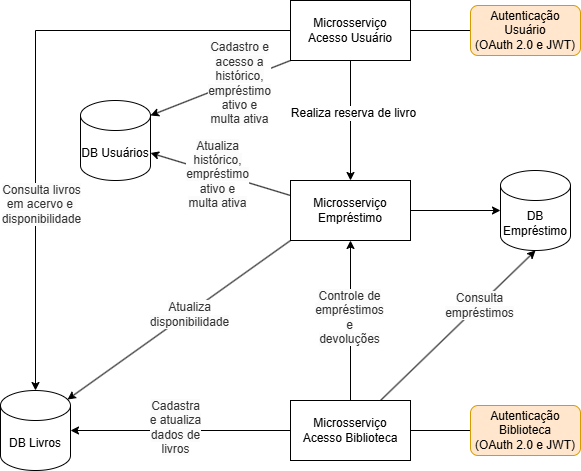
The draw.io diagram assets/cch.drawio.png in gcasagranda/Microsservi-osBiblioteca, before a commit. Source tidied: cells renumbered, new cells last; positions are measured from the earlier drawing's top-left corner, leaving out a move shared by most shapes. Its diagram source:
```xml
<mxGraphModel>
  <root>
    <mxCell id="0" />
    <mxCell id="1" parent="0" />
    <mxCell id="2" value="DB Livros" style="shape=cylinder3;whiteSpace=wrap;html=1;boundedLbl=1;backgroundOutline=1;size=15;" parent="1" vertex="1">
      <mxGeometry y="390" width="70" height="80" as="geometry" />
    </mxCell>
    <mxCell id="3" style="edgeStyle=orthogonalEdgeStyle;rounded=0;jettySize=auto;html=1;exitX=0.5;exitY=1;exitDx=0;exitDy=0;entryX=0.5;entryY=0;entryDx=0;entryDy=0;" parent="1" edge="1" source="5" target="21">
      <mxGeometry relative="1" as="geometry" />
    </mxCell>
    <mxCell id="4" value="&lt;font style=&quot;font-size: 12px;&quot;&gt;Realiza reserva de livro&lt;/font&gt;" style="edgeLabel;html=1;align=center;verticalAlign=middle;" parent="3" vertex="1">
      <mxGeometry x="-0.13" y="2" relative="1" as="geometry" />
    </mxCell>
    <mxCell id="5" value="Microsserviço&lt;br&gt;Acesso Usuário" style="rounded=0;whiteSpace=wrap;html=1;" parent="1" vertex="1">
      <mxGeometry x="290" width="120" height="60" as="geometry" />
    </mxCell>
    <mxCell id="6" value="DB Usuários" style="shape=cylinder3;whiteSpace=wrap;html=1;boundedLbl=1;backgroundOutline=1;size=15;" parent="1" vertex="1">
      <mxGeometry x="80" y="100" width="70" height="80" as="geometry" />
    </mxCell>
    <mxCell id="7" style="edgeStyle=orthogonalEdgeStyle;rounded=0;jettySize=auto;html=1;endArrow=none;endFill=0;" parent="1" edge="1" source="10" target="16">
      <mxGeometry relative="1" as="geometry" />
    </mxCell>
    <mxCell id="8" style="edgeStyle=orthogonalEdgeStyle;rounded=0;jettySize=auto;html=1;exitX=0.5;exitY=0;exitDx=0;exitDy=0;entryX=0.5;entryY=1;entryDx=0;entryDy=0;" parent="1" edge="1" source="10" target="21">
      <mxGeometry relative="1" as="geometry" />
    </mxCell>
    <mxCell id="9" value="&lt;span style=&quot;color: rgb(51, 51, 51); font-size: 12px; text-wrap-mode: wrap; background-color: rgb(251, 251, 251);&quot;&gt;Controle de empréstimos e devoluções&lt;/span&gt;" style="edgeLabel;html=1;align=center;verticalAlign=middle;" parent="8" vertex="1">
      <mxGeometry x="0.05" y="2" relative="1" as="geometry" />
    </mxCell>
    <mxCell id="10" value="Microsserviço&lt;br&gt;Acesso Biblioteca" style="rounded=0;whiteSpace=wrap;html=1;" parent="1" vertex="1">
      <mxGeometry x="290" y="400" width="120" height="60" as="geometry" />
    </mxCell>
    <mxCell id="11" style="rounded=0;jettySize=auto;html=1;exitX=0.5;exitY=1;exitDx=0;exitDy=0;exitPerimeter=0;entryX=0.75;entryY=0;entryDx=0;entryDy=0;startArrow=classic;startFill=1;endArrow=none;endFill=0;" parent="1" edge="1" source="13" target="10">
      <mxGeometry relative="1" as="geometry" />
    </mxCell>
    <mxCell id="12" value="&lt;span style=&quot;color: rgb(51, 51, 51); font-size: 12px; text-wrap-mode: wrap; background-color: rgb(251, 251, 251);&quot;&gt;Consulta empréstimos&lt;/span&gt;" style="edgeLabel;html=1;align=center;verticalAlign=middle;" parent="11" vertex="1">
      <mxGeometry x="-0.27" y="1" relative="1" as="geometry">
        <mxPoint x="-1" as="offset" />
      </mxGeometry>
    </mxCell>
    <mxCell id="13" value="DB Empréstimo" style="shape=cylinder3;whiteSpace=wrap;html=1;boundedLbl=1;backgroundOutline=1;size=15;" parent="1" vertex="1">
      <mxGeometry x="500" y="170" width="70" height="80" as="geometry" />
    </mxCell>
    <mxCell id="14" style="edgeStyle=orthogonalEdgeStyle;rounded=0;jettySize=auto;html=1;exitX=0;exitY=0.5;exitDx=0;exitDy=0;entryX=1;entryY=0.5;entryDx=0;entryDy=0;endArrow=none;endFill=0;" parent="1" edge="1" source="15" target="5">
      <mxGeometry relative="1" as="geometry" />
    </mxCell>
    <mxCell id="15" value="Autenticação Usuário&lt;br&gt;(OAuth 2.0 e JWT)" style="html=1;whiteSpace=wrap;fillColor=#ffe6cc;strokeColor=#d79b00;rounded=1;" parent="1" vertex="1">
      <mxGeometry x="470" y="5" width="110" height="50" as="geometry" />
    </mxCell>
    <mxCell id="16" value="Autenticação Biblioteca&lt;br&gt;(OAuth 2.0 e JWT)" style="html=1;whiteSpace=wrap;fillColor=#ffe6cc;strokeColor=#d79b00;rounded=1;" parent="1" vertex="1">
      <mxGeometry x="470" y="405" width="110" height="50" as="geometry" />
    </mxCell>
    <mxCell id="17" style="edgeStyle=orthogonalEdgeStyle;rounded=0;jettySize=auto;html=1;exitX=0;exitY=0.5;exitDx=0;exitDy=0;entryX=1;entryY=0.5;entryDx=0;entryDy=0;entryPerimeter=0;" parent="1" edge="1" source="10" target="2">
      <mxGeometry relative="1" as="geometry" />
    </mxCell>
    <mxCell id="18" value="&lt;span style=&quot;color: rgb(51, 51, 51); font-size: 12px; text-wrap-mode: wrap; background-color: rgb(251, 251, 251);&quot;&gt;Cadastra e&amp;nbsp;&lt;/span&gt;&lt;span style=&quot;background-color: rgb(251, 251, 251); color: rgb(51, 51, 51); font-size: 12px; text-wrap-mode: wrap;&quot;&gt;atualiza dados de livros&lt;/span&gt;" style="edgeLabel;html=1;align=center;verticalAlign=middle;" parent="17" vertex="1">
      <mxGeometry x="0.06" y="-4" relative="1" as="geometry" />
    </mxCell>
    <mxCell id="19" style="edgeStyle=orthogonalEdgeStyle;rounded=0;jettySize=auto;html=1;exitX=0;exitY=0.5;exitDx=0;exitDy=0;entryX=0.5;entryY=0;entryDx=0;entryDy=0;entryPerimeter=0;" parent="1" edge="1" source="5" target="2">
      <mxGeometry relative="1" as="geometry" />
    </mxCell>
    <mxCell id="20" value="&lt;span style=&quot;color: rgb(51, 51, 51); font-size: 12px; text-wrap-mode: wrap; background-color: rgb(251, 251, 251);&quot;&gt;Consulta livros em acervo e&amp;nbsp;&lt;/span&gt;&lt;br style=&quot;color: rgb(51, 51, 51); font-size: 12px; text-wrap-mode: wrap; background-color: rgb(251, 251, 251);&quot;&gt;&lt;span style=&quot;color: rgb(51, 51, 51); font-size: 12px; text-wrap-mode: wrap; background-color: rgb(251, 251, 251);&quot;&gt;disponibilidade&lt;/span&gt;" style="edgeLabel;html=1;align=center;verticalAlign=middle;" parent="19" vertex="1">
      <mxGeometry x="0.39" y="5" relative="1" as="geometry" />
    </mxCell>
    <mxCell id="21" value="Microsserviço&lt;br&gt;Empréstimo" style="rounded=0;whiteSpace=wrap;html=1;" parent="1" vertex="1">
      <mxGeometry x="290" y="180" width="120" height="60" as="geometry" />
    </mxCell>
    <mxCell id="22" style="rounded=0;jettySize=auto;html=1;exitX=0;exitY=1;exitDx=0;exitDy=0;entryX=0.957;entryY=0.113;entryDx=0;entryDy=0;entryPerimeter=0;" parent="1" edge="1" source="21" target="2">
      <mxGeometry relative="1" as="geometry" />
    </mxCell>
    <mxCell id="23" value="&lt;span style=&quot;color: rgb(51, 51, 51); font-size: 12px; text-wrap-mode: wrap; background-color: rgb(251, 251, 251);&quot;&gt;Atualiza disponibilidade&lt;/span&gt;" style="edgeLabel;html=1;align=center;verticalAlign=middle;" parent="22" vertex="1">
      <mxGeometry x="-0.09" y="1" relative="1" as="geometry" />
    </mxCell>
    <mxCell id="24" style="edgeStyle=orthogonalEdgeStyle;rounded=0;jettySize=auto;html=1;exitX=1;exitY=0.5;exitDx=0;exitDy=0;entryX=0;entryY=0.5;entryDx=0;entryDy=0;entryPerimeter=0;" parent="1" edge="1" source="21" target="13">
      <mxGeometry relative="1" as="geometry" />
    </mxCell>
    <mxCell id="25" style="rounded=0;jettySize=auto;html=1;exitX=0;exitY=0.25;exitDx=0;exitDy=0;entryX=1;entryY=0;entryDx=0;entryDy=52.5;entryPerimeter=0;" parent="1" edge="1" source="21" target="6">
      <mxGeometry relative="1" as="geometry" />
    </mxCell>
    <mxCell id="26" value="&lt;span style=&quot;color: rgb(51, 51, 51); font-size: 12px; text-wrap-mode: wrap; background-color: rgb(251, 251, 251);&quot;&gt;Atualiza histórico, empréstimo ativo e multa ativa&lt;/span&gt;" style="edgeLabel;html=1;align=center;verticalAlign=middle;" parent="25" vertex="1">
      <mxGeometry x="0.04" y="1" relative="1" as="geometry" />
    </mxCell>
    <mxCell id="27" style="rounded=0;jettySize=auto;html=1;exitX=0;exitY=1;exitDx=0;exitDy=0;entryX=1;entryY=0;entryDx=0;entryDy=15;entryPerimeter=0;" parent="1" edge="1" source="5" target="6">
      <mxGeometry relative="1" as="geometry" />
    </mxCell>
    <mxCell id="28" value="&lt;span style=&quot;color: rgb(51, 51, 51); font-size: 12px; text-wrap-mode: wrap; background-color: rgb(251, 251, 251);&quot;&gt;Cadastro e acesso a histórico, empréstimo ativo e multa ativa&lt;/span&gt;" style="edgeLabel;html=1;align=center;verticalAlign=middle;" parent="27" vertex="1">
      <mxGeometry x="-0.26" y="2" relative="1" as="geometry" />
    </mxCell>
  </root>
</mxGraphModel>
```
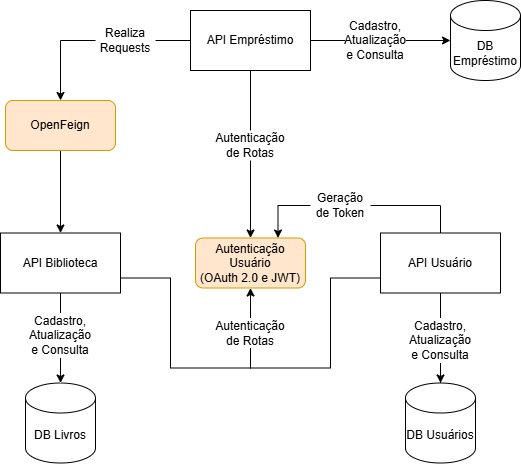
After the change.

Change to the diagram source:
```diff
@@ -3,87 +3,94 @@
     <mxCell id="0" />
     <mxCell id="1" parent="0" />
     <mxCell id="2" value="DB Livros" style="shape=cylinder3;whiteSpace=wrap;html=1;boundedLbl=1;backgroundOutline=1;size=15;" parent="1" vertex="1">
-      <mxGeometry y="390" width="70" height="80" as="geometry" />
+      <mxGeometry x="-105" y="522.5" width="70" height="80" as="geometry" />
     </mxCell>
-    <mxCell id="3" style="edgeStyle=orthogonalEdgeStyle;rounded=0;jettySize=auto;html=1;exitX=0.5;exitY=1;exitDx=0;exitDy=0;entryX=0.5;entryY=0;entryDx=0;entryDy=0;" parent="1" edge="1" source="5" target="21">
-      <mxGeometry relative="1" as="geometry" />
-    </mxCell>
-    <mxCell id="4" value="&lt;font style=&quot;font-size: 12px;&quot;&gt;Realiza reserva de livro&lt;/font&gt;" style="edgeLabel;html=1;align=center;verticalAlign=middle;" parent="3" vertex="1">
-      <mxGeometry x="-0.13" y="2" relative="1" as="geometry" />
-    </mxCell>
+    <mxCell id="29" style="edgeStyle=orthogonalEdgeStyle;rounded=0;jettySize=auto;html=1;" parent="1" edge="1" source="38" target="6">
+      <mxGeometry relative="1" as="geometry" />
+    </mxCell>
+    <mxCell id="30" style="edgeStyle=orthogonalEdgeStyle;rounded=0;jettySize=auto;html=1;exitX=0.5;exitY=0;exitDx=0;exitDy=0;entryX=1;entryY=0.5;entryDx=0;entryDy=0;endArrow=none;startFill=0;" parent="1" edge="1" source="5" target="40">
+      <mxGeometry relative="1" as="geometry" />
+    </mxCell>
+    <mxCell id="31" style="edgeStyle=orthogonalEdgeStyle;rounded=0;jettySize=auto;html=1;exitX=0;exitY=0.75;exitDx=0;exitDy=0;entryX=0.5;entryY=1;entryDx=0;entryDy=0;endArrow=none;startFill=0;" parent="1" edge="1" source="5" target="42">
+      <mxGeometry relative="1" as="geometry" />
+    </mxCell>
-    <mxCell id="5" value="Microsserviço&lt;br&gt;Acesso Usuário" style="rounded=0;whiteSpace=wrap;html=1;" parent="1" vertex="1">
-      <mxGeometry x="290" width="120" height="60" as="geometry" />
+    <mxCell id="5" value="API Usuário" style="rounded=0;whiteSpace=wrap;html=1;" parent="1" vertex="1">
+      <mxGeometry x="250" y="372.5" width="120" height="60" as="geometry" />
     </mxCell>
     <mxCell id="6" value="DB Usuários" style="shape=cylinder3;whiteSpace=wrap;html=1;boundedLbl=1;backgroundOutline=1;size=15;" parent="1" vertex="1">
-      <mxGeometry x="80" y="100" width="70" height="80" as="geometry" />
+      <mxGeometry x="275" y="522.5" width="70" height="80" as="geometry" />
     </mxCell>
-    <mxCell id="7" style="edgeStyle=orthogonalEdgeStyle;rounded=0;jettySize=auto;html=1;endArrow=none;endFill=0;" parent="1" edge="1" source="10" target="16">
-      <mxGeometry relative="1" as="geometry" />
-    </mxCell>
-    <mxCell id="8" style="edgeStyle=orthogonalEdgeStyle;rounded=0;jettySize=auto;html=1;exitX=0.5;exitY=0;exitDx=0;exitDy=0;entryX=0.5;entryY=1;entryDx=0;entryDy=0;" parent="1" edge="1" source="10" target="21">
-      <mxGeometry relative="1" as="geometry" />
-    </mxCell>
-    <mxCell id="9" value="&lt;span style=&quot;color: rgb(51, 51, 51); font-size: 12px; text-wrap-mode: wrap; background-color: rgb(251, 251, 251);&quot;&gt;Controle de empréstimos e devoluções&lt;/span&gt;" style="edgeLabel;html=1;align=center;verticalAlign=middle;" parent="8" vertex="1">
-      <mxGeometry x="0.05" y="2" relative="1" as="geometry" />
-    </mxCell>
+    <mxCell id="17" style="edgeStyle=orthogonalEdgeStyle;rounded=0;jettySize=auto;html=1;" parent="1" edge="1" source="10" target="2">
+      <mxGeometry relative="1" as="geometry" />
+    </mxCell>
+    <mxCell id="32" style="edgeStyle=orthogonalEdgeStyle;rounded=0;jettySize=auto;html=1;exitX=1;exitY=0.75;exitDx=0;exitDy=0;entryX=0.5;entryY=1;entryDx=0;entryDy=0;endArrow=none;startFill=0;" parent="1" edge="1" source="10" target="42">
+      <mxGeometry relative="1" as="geometry" />
+    </mxCell>
-    <mxCell id="10" value="Microsserviço&lt;br&gt;Acesso Biblioteca" style="rounded=0;whiteSpace=wrap;html=1;" parent="1" vertex="1">
-      <mxGeometry x="290" y="400" width="120" height="60" as="geometry" />
+    <mxCell id="10" value="API Biblioteca" style="rounded=0;whiteSpace=wrap;html=1;" parent="1" vertex="1">
+      <mxGeometry x="-130" y="372.5" width="120" height="60" as="geometry" />
     </mxCell>
-    <mxCell id="11" style="rounded=0;jettySize=auto;html=1;exitX=0.5;exitY=1;exitDx=0;exitDy=0;exitPerimeter=0;entryX=0.75;entryY=0;entryDx=0;entryDy=0;startArrow=classic;startFill=1;endArrow=none;endFill=0;" parent="1" edge="1" source="13" target="10">
-      <mxGeometry relative="1" as="geometry" />
-    </mxCell>
-    <mxCell id="12" value="&lt;span style=&quot;color: rgb(51, 51, 51); font-size: 12px; text-wrap-mode: wrap; background-color: rgb(251, 251, 251);&quot;&gt;Consulta empréstimos&lt;/span&gt;" style="edgeLabel;html=1;align=center;verticalAlign=middle;" parent="11" vertex="1">
-      <mxGeometry x="-0.27" y="1" relative="1" as="geometry">
-        <mxPoint x="-1" as="offset" />
-      </mxGeometry>
-    </mxCell>
     <mxCell id="13" value="DB Empréstimo" style="shape=cylinder3;whiteSpace=wrap;html=1;boundedLbl=1;backgroundOutline=1;size=15;" parent="1" vertex="1">
-      <mxGeometry x="500" y="170" width="70" height="80" as="geometry" />
+      <mxGeometry x="320" y="140" width="70" height="80" as="geometry" />
     </mxCell>
-    <mxCell id="14" style="edgeStyle=orthogonalEdgeStyle;rounded=0;jettySize=auto;html=1;exitX=0;exitY=0.5;exitDx=0;exitDy=0;entryX=1;entryY=0.5;entryDx=0;entryDy=0;endArrow=none;endFill=0;" parent="1" edge="1" source="15" target="5">
-      <mxGeometry relative="1" as="geometry" />
-    </mxCell>
     <mxCell id="15" value="Autenticação Usuário&lt;br&gt;(OAuth 2.0 e JWT)" style="html=1;whiteSpace=wrap;fillColor=#ffe6cc;strokeColor=#d79b00;rounded=1;" parent="1" vertex="1">
-      <mxGeometry x="470" y="5" width="110" height="50" as="geometry" />
+      <mxGeometry x="65" y="377.5" width="110" height="50" as="geometry" />
     </mxCell>
-    <mxCell id="16" value="Autenticação Biblioteca&lt;br&gt;(OAuth 2.0 e JWT)" style="html=1;whiteSpace=wrap;fillColor=#ffe6cc;strokeColor=#d79b00;rounded=1;" parent="1" vertex="1">
-      <mxGeometry x="470" y="405" width="110" height="50" as="geometry" />
-    </mxCell>
-    <mxCell id="17" style="edgeStyle=orthogonalEdgeStyle;rounded=0;jettySize=auto;html=1;exitX=0;exitY=0.5;exitDx=0;exitDy=0;entryX=1;entryY=0.5;entryDx=0;entryDy=0;entryPerimeter=0;" parent="1" edge="1" source="10" target="2">
-      <mxGeometry relative="1" as="geometry" />
-    </mxCell>
-    <mxCell id="18" value="&lt;span style=&quot;color: rgb(51, 51, 51); font-size: 12px; text-wrap-mode: wrap; background-color: rgb(251, 251, 251);&quot;&gt;Cadastra e&amp;nbsp;&lt;/span&gt;&lt;span style=&quot;background-color: rgb(251, 251, 251); color: rgb(51, 51, 51); font-size: 12px; text-wrap-mode: wrap;&quot;&gt;atualiza dados de livros&lt;/span&gt;" style="edgeLabel;html=1;align=center;verticalAlign=middle;" parent="17" vertex="1">
-      <mxGeometry x="0.06" y="-4" relative="1" as="geometry" />
-    </mxCell>
-    <mxCell id="19" style="edgeStyle=orthogonalEdgeStyle;rounded=0;jettySize=auto;html=1;exitX=0;exitY=0.5;exitDx=0;exitDy=0;entryX=0.5;entryY=0;entryDx=0;entryDy=0;entryPerimeter=0;" parent="1" edge="1" source="5" target="2">
-      <mxGeometry relative="1" as="geometry" />
-    </mxCell>
-    <mxCell id="20" value="&lt;span style=&quot;color: rgb(51, 51, 51); font-size: 12px; text-wrap-mode: wrap; background-color: rgb(251, 251, 251);&quot;&gt;Consulta livros em acervo e&amp;nbsp;&lt;/span&gt;&lt;br style=&quot;color: rgb(51, 51, 51); font-size: 12px; text-wrap-mode: wrap; background-color: rgb(251, 251, 251);&quot;&gt;&lt;span style=&quot;color: rgb(51, 51, 51); font-size: 12px; text-wrap-mode: wrap; background-color: rgb(251, 251, 251);&quot;&gt;disponibilidade&lt;/span&gt;" style="edgeLabel;html=1;align=center;verticalAlign=middle;" parent="19" vertex="1">
-      <mxGeometry x="0.39" y="5" relative="1" as="geometry" />
-    </mxCell>
+    <mxCell id="33" style="edgeStyle=orthogonalEdgeStyle;rounded=0;jettySize=auto;html=1;exitX=0.5;exitY=1;exitDx=0;exitDy=0;" parent="1" edge="1" source="46" target="15">
+      <mxGeometry relative="1" as="geometry" />
+    </mxCell>
+    <mxCell id="34" style="edgeStyle=orthogonalEdgeStyle;rounded=0;jettySize=auto;html=1;exitX=0;exitY=0.5;exitDx=0;exitDy=0;entryX=0.5;entryY=0;entryDx=0;entryDy=0;" parent="1" edge="1" source="48" target="44">
+      <mxGeometry relative="1" as="geometry" />
+    </mxCell>
+    <mxCell id="35" style="edgeStyle=orthogonalEdgeStyle;rounded=0;jettySize=auto;html=1;" parent="1" edge="1" source="50" target="13">
+      <mxGeometry relative="1" as="geometry" />
+    </mxCell>
-    <mxCell id="21" value="Microsserviço&lt;br&gt;Empréstimo" style="rounded=0;whiteSpace=wrap;html=1;" parent="1" vertex="1">
-      <mxGeometry x="290" y="180" width="120" height="60" as="geometry" />
+    <mxCell id="21" value="API Empréstimo" style="rounded=0;whiteSpace=wrap;html=1;" parent="1" vertex="1">
+      <mxGeometry x="60" y="150" width="120" height="60" as="geometry" />
     </mxCell>
-    <mxCell id="22" style="rounded=0;jettySize=auto;html=1;exitX=0;exitY=1;exitDx=0;exitDy=0;entryX=0.957;entryY=0.113;entryDx=0;entryDy=0;entryPerimeter=0;" parent="1" edge="1" source="21" target="2">
-      <mxGeometry relative="1" as="geometry" />
-    </mxCell>
-    <mxCell id="23" value="&lt;span style=&quot;color: rgb(51, 51, 51); font-size: 12px; text-wrap-mode: wrap; background-color: rgb(251, 251, 251);&quot;&gt;Atualiza disponibilidade&lt;/span&gt;" style="edgeLabel;html=1;align=center;verticalAlign=middle;" parent="22" vertex="1">
-      <mxGeometry x="-0.09" y="1" relative="1" as="geometry" />
-    </mxCell>
-    <mxCell id="24" style="edgeStyle=orthogonalEdgeStyle;rounded=0;jettySize=auto;html=1;exitX=1;exitY=0.5;exitDx=0;exitDy=0;entryX=0;entryY=0.5;entryDx=0;entryDy=0;entryPerimeter=0;" parent="1" edge="1" source="21" target="13">
-      <mxGeometry relative="1" as="geometry" />
-    </mxCell>
-    <mxCell id="25" style="rounded=0;jettySize=auto;html=1;exitX=0;exitY=0.25;exitDx=0;exitDy=0;entryX=1;entryY=0;entryDx=0;entryDy=52.5;entryPerimeter=0;" parent="1" edge="1" source="21" target="6">
-      <mxGeometry relative="1" as="geometry" />
-    </mxCell>
-    <mxCell id="26" value="&lt;span style=&quot;color: rgb(51, 51, 51); font-size: 12px; text-wrap-mode: wrap; background-color: rgb(251, 251, 251);&quot;&gt;Atualiza histórico, empréstimo ativo e multa ativa&lt;/span&gt;" style="edgeLabel;html=1;align=center;verticalAlign=middle;" parent="25" vertex="1">
-      <mxGeometry x="0.04" y="1" relative="1" as="geometry" />
-    </mxCell>
-    <mxCell id="27" style="rounded=0;jettySize=auto;html=1;exitX=0;exitY=1;exitDx=0;exitDy=0;entryX=1;entryY=0;entryDx=0;entryDy=15;entryPerimeter=0;" parent="1" edge="1" source="5" target="6">
-      <mxGeometry relative="1" as="geometry" />
-    </mxCell>
-    <mxCell id="28" value="&lt;span style=&quot;color: rgb(51, 51, 51); font-size: 12px; text-wrap-mode: wrap; background-color: rgb(251, 251, 251);&quot;&gt;Cadastro e acesso a histórico, empréstimo ativo e multa ativa&lt;/span&gt;" style="edgeLabel;html=1;align=center;verticalAlign=middle;" parent="27" vertex="1">
-      <mxGeometry x="-0.26" y="2" relative="1" as="geometry" />
-    </mxCell>
+    <mxCell id="36" value="Cadastro,&lt;div&gt;Atualização e Consulta&lt;/div&gt;" style="text;html=1;align=center;verticalAlign=middle;whiteSpace=wrap;rounded=0;fillColor=default;" parent="1" vertex="1">
+      <mxGeometry x="-100" y="452.5" width="60" height="45" as="geometry" />
+    </mxCell>
+    <mxCell id="37" style="edgeStyle=orthogonalEdgeStyle;rounded=0;jettySize=auto;html=1;endArrow=none;startFill=0;" parent="1" edge="1" source="5" target="38">
+      <mxGeometry relative="1" as="geometry" />
+    </mxCell>
+    <mxCell id="38" value="Cadastro,&lt;div&gt;Atualização e Consulta&lt;/div&gt;" style="text;html=1;align=center;verticalAlign=middle;whiteSpace=wrap;rounded=0;fillColor=default;" parent="1" vertex="1">
+      <mxGeometry x="280" y="457.5" width="60" height="45" as="geometry" />
+    </mxCell>
+    <mxCell id="39" style="edgeStyle=orthogonalEdgeStyle;rounded=0;jettySize=auto;html=1;exitX=0;exitY=0.5;exitDx=0;exitDy=0;entryX=0.75;entryY=0;entryDx=0;entryDy=0;" parent="1" edge="1" source="40" target="15">
+      <mxGeometry relative="1" as="geometry" />
+    </mxCell>
+    <mxCell id="40" value="Geração de Token" style="text;html=1;align=center;verticalAlign=middle;whiteSpace=wrap;rounded=0;" parent="1" vertex="1">
+      <mxGeometry x="180" y="330" width="60" height="30" as="geometry" />
+    </mxCell>
+    <mxCell id="41" style="edgeStyle=orthogonalEdgeStyle;rounded=0;jettySize=auto;html=1;exitX=0.5;exitY=0;exitDx=0;exitDy=0;" parent="1" edge="1" source="42" target="15">
+      <mxGeometry relative="1" as="geometry" />
+    </mxCell>
+    <mxCell id="42" value="Autenticação de Rotas" style="text;html=1;align=center;verticalAlign=middle;whiteSpace=wrap;rounded=0;" parent="1" vertex="1">
+      <mxGeometry x="90" y="457.5" width="60" height="30" as="geometry" />
+    </mxCell>
+    <mxCell id="43" style="edgeStyle=orthogonalEdgeStyle;rounded=0;jettySize=auto;html=1;exitX=0.5;exitY=1;exitDx=0;exitDy=0;entryX=0.5;entryY=0;entryDx=0;entryDy=0;" parent="1" edge="1" source="44" target="10">
+      <mxGeometry relative="1" as="geometry" />
+    </mxCell>
+    <mxCell id="44" value="OpenFeign" style="html=1;whiteSpace=wrap;fillColor=#ffe6cc;strokeColor=#d79b00;rounded=1;" parent="1" vertex="1">
+      <mxGeometry x="-125" y="240" width="110" height="50" as="geometry" />
+    </mxCell>
+    <mxCell id="45" style="edgeStyle=orthogonalEdgeStyle;rounded=0;jettySize=auto;html=1;exitX=0.5;exitY=1;exitDx=0;exitDy=0;endArrow=none;startFill=0;" parent="1" edge="1" source="21" target="46">
+      <mxGeometry relative="1" as="geometry" />
+    </mxCell>
+    <mxCell id="46" value="Autenticação de Rotas" style="text;html=1;align=center;verticalAlign=middle;whiteSpace=wrap;rounded=0;" parent="1" vertex="1">
+      <mxGeometry x="90" y="270" width="60" height="30" as="geometry" />
+    </mxCell>
+    <mxCell id="47" style="edgeStyle=orthogonalEdgeStyle;rounded=0;jettySize=auto;html=1;exitX=0;exitY=0.5;exitDx=0;exitDy=0;entryX=1;entryY=0.5;entryDx=0;entryDy=0;endArrow=none;startFill=0;" parent="1" edge="1" source="21" target="48">
+      <mxGeometry relative="1" as="geometry" />
+    </mxCell>
+    <mxCell id="48" value="Realiza Requests" style="text;html=1;align=center;verticalAlign=middle;whiteSpace=wrap;rounded=0;" parent="1" vertex="1">
+      <mxGeometry x="-35" y="165" width="60" height="30" as="geometry" />
+    </mxCell>
+    <mxCell id="49" style="edgeStyle=orthogonalEdgeStyle;rounded=0;jettySize=auto;html=1;endArrow=none;startFill=0;" parent="1" edge="1" source="21" target="50">
+      <mxGeometry relative="1" as="geometry" />
+    </mxCell>
+    <mxCell id="50" value="Cadastro,&lt;div&gt;Atualização e Consulta&lt;/div&gt;" style="text;html=1;align=center;verticalAlign=middle;whiteSpace=wrap;rounded=0;fillColor=default;" parent="1" vertex="1">
+      <mxGeometry x="215" y="157.5" width="60" height="45" as="geometry" />
+    </mxCell>
   </root>
 </mxGraphModel>
```
